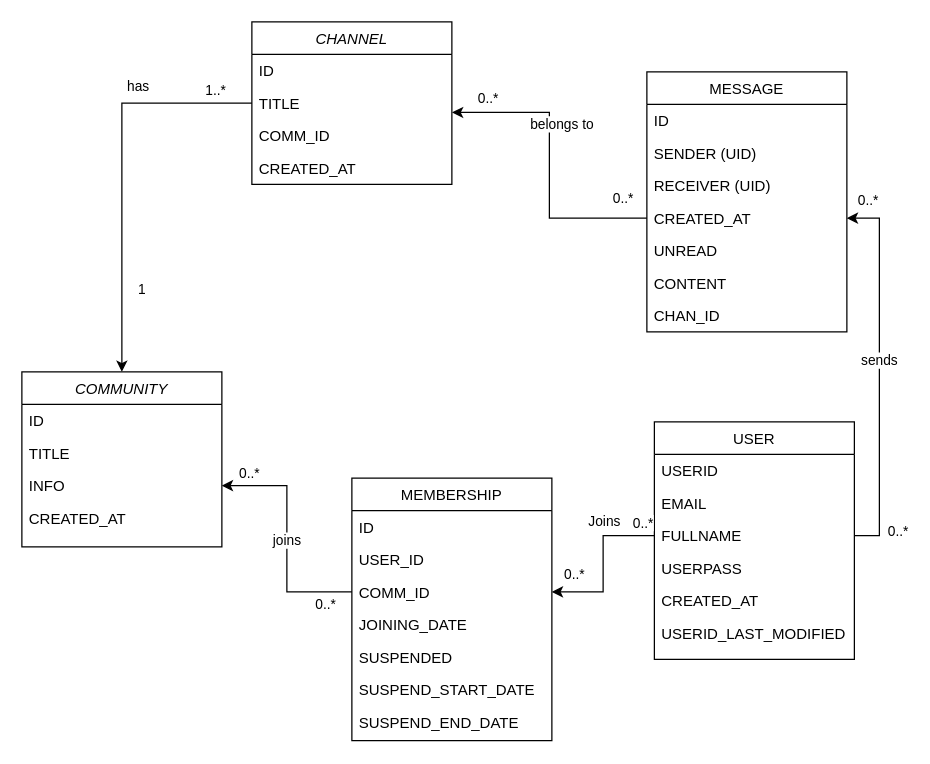
Above: ext/DTR.drawio in raeeschaudhary/Coursera_Exams (draw.io), before the change. Source tidied: cells renumbered, new cells numbered last; positions are measured from the earlier drawing's top-left corner, leaving out a move shared by most shapes. Both pictures are drawn from the tidied source at 125%, with x=0, y=0 at pixel (21, 21).
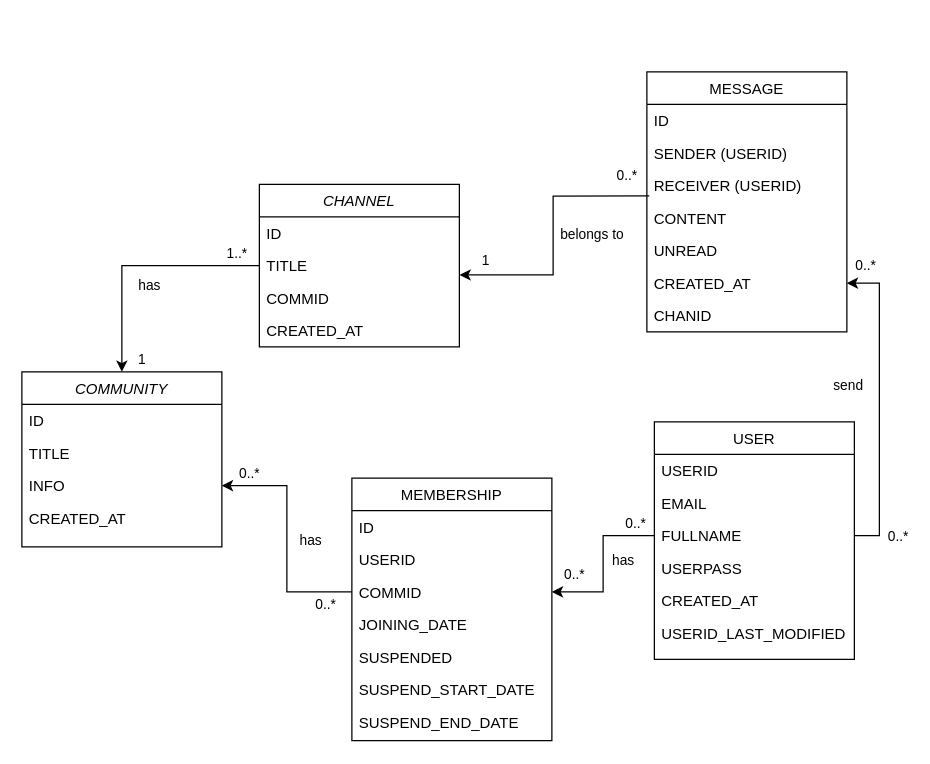
The same page after the edit.

The change refers to these unchanged cells:
```xml
<mxCell id="14" style="edgeStyle=orthogonalEdgeStyle;rounded=0;jettySize=auto;html=1;exitX=0;exitY=0.5;exitDx=0;exitDy=0;entryX=1;entryY=0.5;entryDx=0;entryDy=0;" parent="1" edge="1" source="10" target="30">
  <mxGeometry relative="1" as="geometry" />
</mxCell>
<mxCell id="20" value="TITLE" style="text;align=left;verticalAlign=top;spacingLeft=4;spacingRight=4;overflow=hidden;points=[[0,0.5],[1,0.5]];portConstraint=eastwest;rounded=0;shadow=0;html=0;" parent="18" vertex="1">
  <mxGeometry y="52" width="160" height="26" as="geometry" />
</mxCell>
<mxCell id="23" style="edgeStyle=orthogonalEdgeStyle;rounded=0;jettySize=auto;html=1;exitX=0;exitY=0.5;exitDx=0;exitDy=0;entryX=0.5;entryY=0;entryDx=0;entryDy=0;" parent="1" edge="1" source="20" target="2">
  <mxGeometry relative="1" as="geometry" />
</mxCell>
<mxCell id="27" value="MEMBERSHIP" style="swimlane;fontStyle=0;align=center;verticalAlign=top;horizontal=1;startSize=26;rounded=0;shadow=0;strokeWidth=1;" parent="1" vertex="1">
  <mxGeometry x="264" y="365" width="160" height="210" as="geometry" />
</mxCell>
<mxCell id="35" style="edgeStyle=orthogonalEdgeStyle;rounded=0;jettySize=auto;html=1;exitX=0;exitY=0.5;exitDx=0;exitDy=0;entryX=1;entryY=0.5;entryDx=0;entryDy=0;" parent="1" edge="1" source="30" target="5">
  <mxGeometry relative="1" as="geometry" />
</mxCell>
<mxCell id="39" value="MESSAGE" style="swimlane;fontStyle=0;align=center;verticalAlign=top;horizontal=1;startSize=26;rounded=0;shadow=0;strokeWidth=1;" parent="1" vertex="1">
  <mxGeometry x="500" y="40" width="160" height="208" as="geometry" />
</mxCell>
<mxCell id="47" style="edgeStyle=orthogonalEdgeStyle;rounded=0;jettySize=auto;html=1;exitX=1;exitY=0.5;exitDx=0;exitDy=0;endArrow=classic;endFill=1;" parent="1" edge="1" source="10" target="43">
  <mxGeometry relative="1" as="geometry" />
</mxCell>
```

The edit, as a diff of the source:
```diff
@@
-    <mxCell id="15" value="Joins" style="edgeLabel;html=1;align=center;verticalAlign=middle;" parent="14" vertex="1">
+    <mxCell id="15" value="has" style="edgeLabel;html=1;align=center;verticalAlign=middle;" parent="14" vertex="1">
       <mxGeometry x="-0.05" relative="1" as="geometry">
-        <mxPoint y="-31" as="offset" />
+        <mxPoint x="15" as="offset" />
       </mxGeometry>
     </mxCell>
     <mxCell id="16" value="0..*" style="edgeLabel;html=1;align=center;verticalAlign=middle;" parent="14" vertex="1">
       <mxGeometry x="-0.85" y="-3" relative="1" as="geometry">
-        <mxPoint y="-8" as="offset" />
+        <mxPoint x="-6" y="-8" as="offset" />
       </mxGeometry>
     </mxCell>
@@
     <mxCell id="18" value="CHANNEL" style="swimlane;fontStyle=2;align=center;verticalAlign=top;horizontal=1;startSize=26;rounded=0;shadow=0;strokeWidth=1;" parent="1" vertex="1">
-      <mxGeometry x="184" width="160" height="130" as="geometry" />
+      <mxGeometry x="190" y="130" width="160" height="130" as="geometry" />
     </mxCell>
@@
-    <mxCell id="21" value="COMM_ID" style="text;align=left;verticalAlign=top;spacingLeft=4;spacingRight=4;overflow=hidden;rounded=0;shadow=0;html=0;" parent="18" vertex="1">
+    <mxCell id="21" value="COMMID" style="text;align=left;verticalAlign=top;spacingLeft=4;spacingRight=4;overflow=hidden;rounded=0;shadow=0;html=0;" parent="18" vertex="1">
       <mxGeometry y="78" width="160" height="26" as="geometry" />
     </mxCell>
@@
     <mxCell id="24" value="has" style="edgeLabel;html=1;align=center;verticalAlign=middle;" parent="23" vertex="1">
       <mxGeometry x="-0.34" y="-2" relative="1" as="geometry">
-        <mxPoint x="14" y="-15" as="offset" />
+        <mxPoint x="-25" y="17" as="offset" />
       </mxGeometry>
     </mxCell>
@@
     <mxCell id="26" value="1" style="edgeLabel;html=1;align=center;verticalAlign=middle;" parent="23" vertex="1">
       <mxGeometry x="0.69" y="1" relative="1" as="geometry">
-        <mxPoint x="14" y="-18" as="offset" />
+        <mxPoint x="14" y="19" as="offset" />
       </mxGeometry>
     </mxCell>
@@
-    <mxCell id="29" value="USER_ID" style="text;align=left;verticalAlign=top;spacingLeft=4;spacingRight=4;overflow=hidden;rounded=0;shadow=0;html=0;" parent="27" vertex="1">
+    <mxCell id="29" value="USERID" style="text;align=left;verticalAlign=top;spacingLeft=4;spacingRight=4;overflow=hidden;rounded=0;shadow=0;html=0;" parent="27" vertex="1">
       <mxGeometry y="52" width="160" height="26" as="geometry" />
     </mxCell>
-    <mxCell id="30" value="COMM_ID" style="text;align=left;verticalAlign=top;spacingLeft=4;spacingRight=4;overflow=hidden;points=[[0,0.5],[1,0.5]];portConstraint=eastwest;rounded=0;shadow=0;html=0;" parent="27" vertex="1">
+    <mxCell id="30" value="COMMID" style="text;align=left;verticalAlign=top;spacingLeft=4;spacingRight=4;overflow=hidden;points=[[0,0.5],[1,0.5]];portConstraint=eastwest;rounded=0;shadow=0;html=0;" parent="27" vertex="1">
       <mxGeometry y="78" width="160" height="26" as="geometry" />
     </mxCell>
@@
-    <mxCell id="36" value="joins" style="edgeLabel;html=1;align=center;verticalAlign=middle;" parent="35" vertex="1">
+    <mxCell id="36" value="has" style="edgeLabel;html=1;align=center;verticalAlign=middle;" parent="35" vertex="1">
       <mxGeometry x="0.04" y="1" relative="1" as="geometry">
-        <mxPoint y="4" as="offset" />
+        <mxPoint x="19" y="4" as="offset" />
       </mxGeometry>
     </mxCell>
@@
-    <mxCell id="41" value="SENDER (UID)" style="text;align=left;verticalAlign=top;spacingLeft=4;spacingRight=4;overflow=hidden;" parent="39" vertex="1">
+    <mxCell id="41" value="SENDER (USERID)" style="text;align=left;verticalAlign=top;spacingLeft=4;spacingRight=4;overflow=hidden;" parent="39" vertex="1">
       <mxGeometry y="52" width="160" height="26" as="geometry" />
     </mxCell>
-    <mxCell id="42" value="RECEIVER (UID)" style="text;align=left;verticalAlign=top;spacingLeft=4;spacingRight=4;overflow=hidden;points=[[0,0.5],[1,0.5]];portConstraint=eastwest;rounded=0;shadow=0;html=0;" parent="39" vertex="1">
+    <mxCell id="42" value="RECEIVER (USERID)" style="text;align=left;verticalAlign=top;spacingLeft=4;spacingRight=4;overflow=hidden;points=[[0,0.5],[1,0.5]];portConstraint=eastwest;rounded=0;shadow=0;html=0;" parent="39" vertex="1">
       <mxGeometry y="78" width="160" height="26" as="geometry" />
     </mxCell>
+    <mxCell id="45" value="CONTENT" style="text;align=left;verticalAlign=top;spacingLeft=4;spacingRight=4;overflow=hidden;rounded=0;shadow=0;html=0;" parent="39" vertex="1">
+      <mxGeometry y="104" width="160" height="26" as="geometry" />
+    </mxCell>
+    <mxCell id="44" value="UNREAD" style="text;align=left;verticalAlign=top;spacingLeft=4;spacingRight=4;overflow=hidden;rounded=0;shadow=0;html=0;" parent="39" vertex="1">
+      <mxGeometry y="130" width="160" height="26" as="geometry" />
+    </mxCell>
     <mxCell id="43" value="CREATED_AT" style="text;align=left;verticalAlign=top;spacingLeft=4;spacingRight=4;overflow=hidden;points=[[0,0.5],[1,0.5]];portConstraint=eastwest;rounded=0;shadow=0;html=0;" parent="39" vertex="1">
-      <mxGeometry y="104" width="160" height="26" as="geometry" />
+      <mxGeometry y="156" width="160" height="26" as="geometry" />
     </mxCell>
-    <mxCell id="44" value="UNREAD" style="text;align=left;verticalAlign=top;spacingLeft=4;spacingRight=4;overflow=hidden;rounded=0;shadow=0;html=0;" parent="39" vertex="1">
-      <mxGeometry y="130" width="160" height="26" as="geometry" />
-    </mxCell>
-    <mxCell id="45" value="CONTENT" style="text;align=left;verticalAlign=top;spacingLeft=4;spacingRight=4;overflow=hidden;rounded=0;shadow=0;html=0;" parent="39" vertex="1">
-      <mxGeometry y="156" width="160" height="26" as="geometry" />
-    </mxCell>
-    <mxCell id="46" value="CHAN_ID" style="text;align=left;verticalAlign=top;spacingLeft=4;spacingRight=4;overflow=hidden;rounded=0;shadow=0;html=0;" parent="39" vertex="1">
+    <mxCell id="46" value="CHANID" style="text;align=left;verticalAlign=top;spacingLeft=4;spacingRight=4;overflow=hidden;rounded=0;shadow=0;html=0;" parent="39" vertex="1">
       <mxGeometry y="182" width="160" height="26" as="geometry" />
     </mxCell>
@@
-    <mxCell id="48" value="sends" style="edgeLabel;html=1;align=center;verticalAlign=middle;" parent="47" vertex="1">
-      <mxGeometry x="0.07" y="1" relative="1" as="geometry" />
+    <mxCell id="48" value="send" style="edgeLabel;html=1;align=center;verticalAlign=middle;" parent="47" vertex="1">
+      <mxGeometry x="0.07" y="1" relative="1" as="geometry">
+        <mxPoint x="-25" y="-8" as="offset" />
+      </mxGeometry>
     </mxCell>
@@
-    <mxCell id="51" style="edgeStyle=orthogonalEdgeStyle;rounded=0;jettySize=auto;html=1;exitX=0;exitY=0.5;exitDx=0;exitDy=0;entryX=1.001;entryY=0.786;entryDx=0;entryDy=0;entryPerimeter=0;" parent="1" edge="1" source="43" target="20">
+    <mxCell id="51" style="edgeStyle=orthogonalEdgeStyle;rounded=0;jettySize=auto;html=1;exitX=0.012;exitY=0.819;exitDx=0;exitDy=0;entryX=1.001;entryY=0.786;entryDx=0;entryDy=0;entryPerimeter=0;exitPerimeter=0;" parent="1" edge="1" source="42" target="20">
       <mxGeometry relative="1" as="geometry" />
     </mxCell>
     <mxCell id="52" value="belongs to" style="edgeLabel;html=1;align=center;verticalAlign=middle;" parent="51" vertex="1">
       <mxGeometry x="-0.02" y="1" relative="1" as="geometry">
-        <mxPoint x="10" y="-36" as="offset" />
+        <mxPoint x="29" y="2" as="offset" />
       </mxGeometry>
     </mxCell>
@@
-    <mxCell id="54" value="0..*" style="edgeLabel;html=1;align=center;verticalAlign=middle;" parent="51" vertex="1">
+    <mxCell id="54" value="1" style="edgeLabel;html=1;align=center;verticalAlign=middle;" parent="51" vertex="1">
       <mxGeometry x="0.76" relative="1" as="geometry">
-        <mxPoint y="-12" as="offset" />
+        <mxPoint x="-6" y="-12" as="offset" />
       </mxGeometry>
     </mxCell>
```
